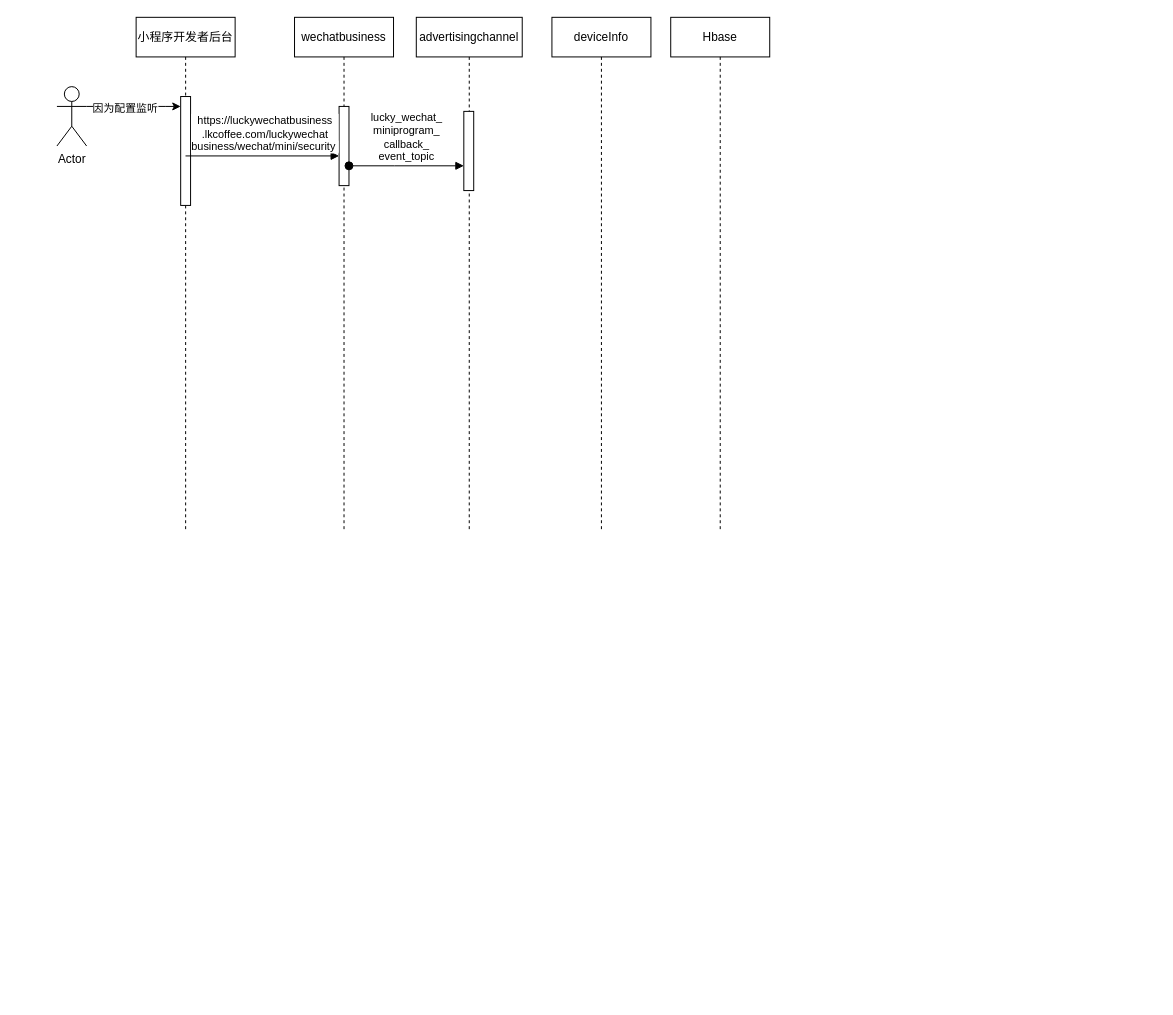
y13513867074/draw keeps this draw.io diagram as page "小红书" (2 of 2) of src/draw/广告系统.drawio. Above is the earlier version. Source tidied: cells renumbered, new cells numbered last; positions are measured from the earlier drawing's top-left corner, leaving out a move shared by most shapes. Both pictures are drawn from the tidied source at 99%, with x=0, y=0 at pixel (56, 17).
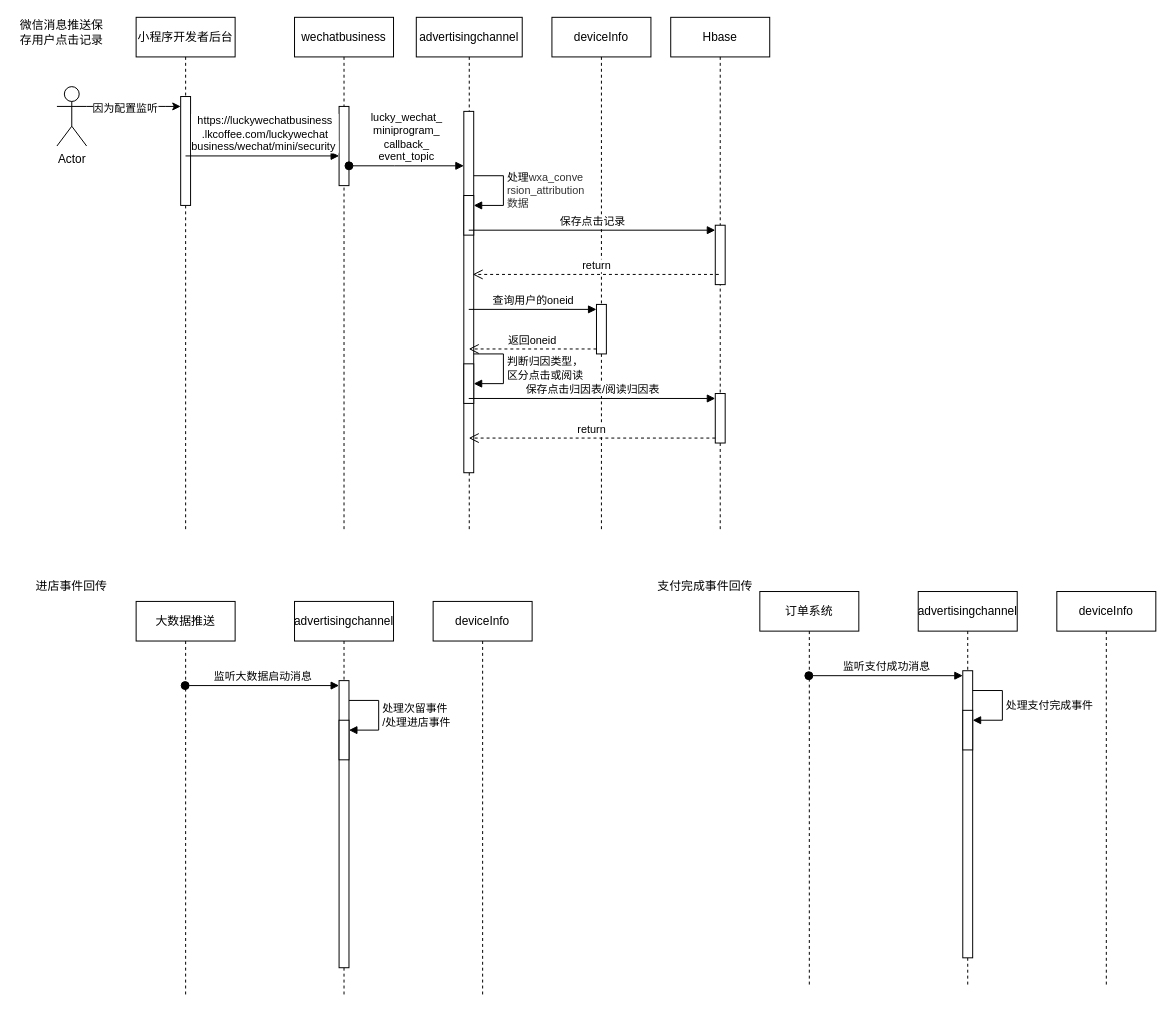
The same diagram, later.

Commit message:
更新广告系统.drawio

Unchanged cells that the change refers to:
```xml
<mxCell id="6" value="advertisingchannel" style="shape=umlLifeline;perimeter=lifelinePerimeter;whiteSpace=wrap;html=1;outlineConnect=0;portConstraint=eastwest;newEdgeStyle={&quot;curved&quot;:0,&quot;rounded&quot;:0};" parent="1" vertex="1">
  <mxGeometry x="363" width="107" height="520" as="geometry" />
</mxCell>
<mxCell id="8" value="Hbase" style="shape=umlLifeline;perimeter=lifelinePerimeter;whiteSpace=wrap;html=1;newEdgeStyle={&quot;curved&quot;:0,&quot;rounded&quot;:0};" parent="1" vertex="1">
  <mxGeometry x="620" width="100" height="520" as="geometry" />
</mxCell>
<mxCell id="9" value="deviceInfo" style="shape=umlLifeline;perimeter=lifelinePerimeter;whiteSpace=wrap;html=1;newEdgeStyle={&quot;curved&quot;:0,&quot;rounded&quot;:0};" parent="1" vertex="1">
  <mxGeometry x="500" width="100" height="520" as="geometry" />
</mxCell>
```

What changed in the source:
```diff
@@
     <mxCell id="7" style="html=1;perimeter=orthogonalPerimeter;targetShapes=umlLifeline;newEdgeStyle={&quot;curved&quot;:0,&quot;rounded&quot;:0};" parent="6" vertex="1">
-      <mxGeometry x="48" y="95" width="10" height="80" as="geometry" />
+      <mxGeometry x="48" y="95" width="10" height="365" as="geometry" />
     </mxCell>
+    <mxCell id="15" style="html=1;points=[[0,0,0,0,5],[0,1,0,0,-5],[1,0,0,0,5],[1,1,0,0,-5]];perimeter=orthogonalPerimeter;outlineConnect=0;targetShapes=umlLifeline;portConstraint=eastwest;newEdgeStyle={&quot;curved&quot;:0,&quot;rounded&quot;:0};" parent="6" vertex="1">
+      <mxGeometry x="48" y="180" width="10" height="40" as="geometry" />
+    </mxCell>
+    <mxCell id="16" value="处理&lt;span style=&quot;color: rgb(51, 51, 51); background-color: light-dark(#ffffff, var(--ge-dark-color, #121212));&quot;&gt;wxa_conve&lt;/span&gt;&lt;div&gt;&lt;span style=&quot;color: rgb(51, 51, 51); background-color: light-dark(#ffffff, var(--ge-dark-color, #121212));&quot;&gt;rsion_attribution&lt;/span&gt;&lt;/div&gt;&lt;div&gt;&lt;span style=&quot;color: rgb(51, 51, 51); background-color: light-dark(#ffffff, var(--ge-dark-color, #121212));&quot;&gt;数据&lt;/span&gt;&lt;/div&gt;" style="html=1;align=left;spacingLeft=2;endArrow=block;rounded=0;edgeStyle=orthogonalEdgeStyle;curved=0;rounded=0;" parent="6" edge="1" target="15">
+      <mxGeometry relative="1" as="geometry">
+        <mxPoint x="58" y="160" as="sourcePoint" />
+        <Array as="points">
+          <mxPoint x="88" y="190" />
+        </Array>
+      </mxGeometry>
+    </mxCell>
+    <mxCell id="17" style="html=1;points=[[0,0,0,0,5],[0,1,0,0,-5],[1,0,0,0,5],[1,1,0,0,-5]];perimeter=orthogonalPerimeter;outlineConnect=0;targetShapes=umlLifeline;portConstraint=eastwest;newEdgeStyle={&quot;curved&quot;:0,&quot;rounded&quot;:0};" parent="6" vertex="1">
+      <mxGeometry x="48" y="350" width="10" height="40" as="geometry" />
+    </mxCell>
+    <mxCell id="18" value="&lt;div&gt;判断归因类型，&lt;/div&gt;&lt;div&gt;区分点击或阅读&lt;/div&gt;" style="html=1;align=left;spacingLeft=2;endArrow=block;rounded=0;edgeStyle=orthogonalEdgeStyle;curved=0;rounded=0;" parent="6" edge="1" target="17">
+      <mxGeometry x="0.01" relative="1" as="geometry">
+        <mxPoint x="58" y="340" as="sourcePoint" />
+        <Array as="points">
+          <mxPoint x="88" y="370" />
+        </Array>
+      </mxGeometry>
+    </mxCell>
@@
+    <mxCell id="19" style="html=1;points=[[0,0,0,0,5],[0,1,0,0,-5],[1,0,0,0,5],[1,1,0,0,-5]];perimeter=orthogonalPerimeter;outlineConnect=0;targetShapes=umlLifeline;portConstraint=eastwest;newEdgeStyle={&quot;curved&quot;:0,&quot;rounded&quot;:0};" parent="8" vertex="1">
+      <mxGeometry x="45" y="210" width="10" height="60" as="geometry" />
+    </mxCell>
+    <mxCell id="20" style="html=1;points=[[0,0,0,0,5],[0,1,0,0,-5],[1,0,0,0,5],[1,1,0,0,-5]];perimeter=orthogonalPerimeter;outlineConnect=0;targetShapes=umlLifeline;portConstraint=eastwest;newEdgeStyle={&quot;curved&quot;:0,&quot;rounded&quot;:0};" parent="8" vertex="1">
+      <mxGeometry x="45" y="380" width="10" height="50" as="geometry" />
+    </mxCell>
@@
+    <mxCell id="21" style="html=1;points=[[0,0,0,0,5],[0,1,0,0,-5],[1,0,0,0,5],[1,1,0,0,-5]];perimeter=orthogonalPerimeter;outlineConnect=0;targetShapes=umlLifeline;portConstraint=eastwest;newEdgeStyle={&quot;curved&quot;:0,&quot;rounded&quot;:0};" parent="9" vertex="1">
+      <mxGeometry x="45" y="290" width="10" height="50" as="geometry" />
+    </mxCell>
@@
+    <mxCell id="22" value="&lt;span style=&quot;text-align: left;&quot;&gt;保存点击记录&lt;/span&gt;" style="html=1;verticalAlign=bottom;endArrow=block;curved=0;rounded=0;entryX=0;entryY=0;entryDx=0;entryDy=5;" parent="1" edge="1" source="6" target="19">
+      <mxGeometry relative="1" as="geometry" />
+    </mxCell>
+    <mxCell id="23" value="return" style="html=1;verticalAlign=bottom;endArrow=open;dashed=1;endSize=8;curved=0;rounded=0;exitX=0;exitY=1;exitDx=0;exitDy=-5;" parent="1" edge="1">
+      <mxGeometry relative="1" as="geometry">
+        <mxPoint x="668.6" y="259.7" as="sourcePoint" />
+        <mxPoint x="420" y="259.7" as="targetPoint" />
+      </mxGeometry>
+    </mxCell>
+    <mxCell id="24" value="返回oneid" style="html=1;verticalAlign=bottom;endArrow=open;dashed=1;endSize=8;curved=0;rounded=0;exitX=0;exitY=1;exitDx=0;exitDy=-5;" parent="1" edge="1" source="21" target="6">
+      <mxGeometry relative="1" as="geometry" />
+    </mxCell>
+    <mxCell id="25" value="查询用户的oneid" style="html=1;verticalAlign=bottom;endArrow=block;curved=0;rounded=0;entryX=0;entryY=0;entryDx=0;entryDy=5;" parent="1" edge="1" source="6" target="21">
+      <mxGeometry relative="1" as="geometry" />
+    </mxCell>
+    <mxCell id="26" value="return" style="html=1;verticalAlign=bottom;endArrow=open;dashed=1;endSize=8;curved=0;rounded=0;exitX=0;exitY=1;exitDx=0;exitDy=-5;" parent="1" edge="1" source="20" target="6">
+      <mxGeometry relative="1" as="geometry" />
+    </mxCell>
+    <mxCell id="27" value="保存点击归因表/阅读归因表" style="html=1;verticalAlign=bottom;endArrow=block;curved=0;rounded=0;entryX=0;entryY=0;entryDx=0;entryDy=5;" parent="1" edge="1" source="6" target="20">
+      <mxGeometry relative="1" as="geometry" />
+    </mxCell>
+    <mxCell id="28" value="微信消息推送保存用户点击记录" style="text;html=1;whiteSpace=wrap;strokeColor=none;fillColor=none;align=center;verticalAlign=middle;rounded=0;" parent="1" vertex="1">
+      <mxGeometry x="-40" width="90" height="30" as="geometry" />
+    </mxCell>
+    <mxCell id="29" value="大数据推送" style="shape=umlLifeline;perimeter=lifelinePerimeter;whiteSpace=wrap;html=1;outlineConnect=0;portConstraint=eastwest;newEdgeStyle={&quot;curved&quot;:0,&quot;rounded&quot;:0};" parent="1" vertex="1">
+      <mxGeometry x="80" y="590" width="100" height="400" as="geometry" />
+    </mxCell>
+    <mxCell id="30" value="advertisingchannel" style="shape=umlLifeline;perimeter=lifelinePerimeter;whiteSpace=wrap;html=1;newEdgeStyle={&quot;curved&quot;:0,&quot;rounded&quot;:0};" parent="1" vertex="1">
+      <mxGeometry x="240" y="590" width="100" height="400" as="geometry" />
+    </mxCell>
+    <mxCell id="31" style="html=1;points=[[0,0,0,0,5],[0,1,0,0,-5],[1,0,0,0,5],[1,1,0,0,-5]];perimeter=orthogonalPerimeter;outlineConnect=0;targetShapes=umlLifeline;portConstraint=eastwest;newEdgeStyle={&quot;curved&quot;:0,&quot;rounded&quot;:0};" parent="30" vertex="1">
+      <mxGeometry x="45" y="80" width="10" height="290" as="geometry" />
+    </mxCell>
+    <mxCell id="32" style="html=1;points=[[0,0,0,0,5],[0,1,0,0,-5],[1,0,0,0,5],[1,1,0,0,-5]];perimeter=orthogonalPerimeter;outlineConnect=0;targetShapes=umlLifeline;portConstraint=eastwest;newEdgeStyle={&quot;curved&quot;:0,&quot;rounded&quot;:0};" parent="30" vertex="1">
+      <mxGeometry x="45" y="120" width="10" height="40" as="geometry" />
+    </mxCell>
+    <mxCell id="33" value="处理次留事件&lt;div&gt;/处理进店事件&lt;/div&gt;" style="html=1;align=left;spacingLeft=2;endArrow=block;rounded=0;edgeStyle=orthogonalEdgeStyle;curved=0;rounded=0;" parent="30" edge="1" target="32">
+      <mxGeometry x="-0.01" relative="1" as="geometry">
+        <mxPoint x="55" y="100" as="sourcePoint" />
+        <Array as="points">
+          <mxPoint x="85" y="130" />
+        </Array>
+      </mxGeometry>
+    </mxCell>
+    <mxCell id="34" value="deviceInfo" style="shape=umlLifeline;perimeter=lifelinePerimeter;whiteSpace=wrap;html=1;newEdgeStyle={&quot;curved&quot;:0,&quot;rounded&quot;:0};" parent="1" vertex="1">
+      <mxGeometry x="380" y="590" width="100" height="400" as="geometry" />
+    </mxCell>
+    <mxCell id="35" value="监听大数据启动消息" style="html=1;verticalAlign=bottom;startArrow=oval;endArrow=block;startSize=8;curved=0;rounded=0;entryX=0;entryY=0;entryDx=0;entryDy=5;" parent="1" edge="1" source="29" target="31">
+      <mxGeometry relative="1" as="geometry" />
+    </mxCell>
+    <mxCell id="36" value="订单系统" style="shape=umlLifeline;perimeter=lifelinePerimeter;whiteSpace=wrap;html=1;outlineConnect=0;portConstraint=eastwest;newEdgeStyle={&quot;curved&quot;:0,&quot;rounded&quot;:0};" parent="1" vertex="1">
+      <mxGeometry x="710" y="580" width="100" height="400" as="geometry" />
+    </mxCell>
+    <mxCell id="37" value="advertisingchannel" style="shape=umlLifeline;perimeter=lifelinePerimeter;whiteSpace=wrap;html=1;newEdgeStyle={&quot;curved&quot;:0,&quot;rounded&quot;:0};" parent="1" vertex="1">
+      <mxGeometry x="870" y="580" width="100" height="400" as="geometry" />
+    </mxCell>
+    <mxCell id="38" style="html=1;points=[[0,0,0,0,5],[0,1,0,0,-5],[1,0,0,0,5],[1,1,0,0,-5]];perimeter=orthogonalPerimeter;outlineConnect=0;targetShapes=umlLifeline;portConstraint=eastwest;newEdgeStyle={&quot;curved&quot;:0,&quot;rounded&quot;:0};" parent="37" vertex="1">
+      <mxGeometry x="45" y="80" width="10" height="290" as="geometry" />
+    </mxCell>
+    <mxCell id="39" style="html=1;points=[[0,0,0,0,5],[0,1,0,0,-5],[1,0,0,0,5],[1,1,0,0,-5]];perimeter=orthogonalPerimeter;outlineConnect=0;targetShapes=umlLifeline;portConstraint=eastwest;newEdgeStyle={&quot;curved&quot;:0,&quot;rounded&quot;:0};" parent="37" vertex="1">
+      <mxGeometry x="45" y="120" width="10" height="40" as="geometry" />
+    </mxCell>
+    <mxCell id="40" value="处理支付完成事件" style="html=1;align=left;spacingLeft=2;endArrow=block;rounded=0;edgeStyle=orthogonalEdgeStyle;curved=0;rounded=0;" parent="37" edge="1" target="39">
+      <mxGeometry relative="1" as="geometry">
+        <mxPoint x="55" y="100" as="sourcePoint" />
+        <Array as="points">
+          <mxPoint x="85" y="130" />
+        </Array>
+      </mxGeometry>
+    </mxCell>
+    <mxCell id="41" value="deviceInfo" style="shape=umlLifeline;perimeter=lifelinePerimeter;whiteSpace=wrap;html=1;newEdgeStyle={&quot;curved&quot;:0,&quot;rounded&quot;:0};" parent="1" vertex="1">
+      <mxGeometry x="1010" y="580" width="100" height="400" as="geometry" />
+    </mxCell>
+    <mxCell id="42" value="监听支付成功消息" style="html=1;verticalAlign=bottom;startArrow=oval;endArrow=block;startSize=8;curved=0;rounded=0;entryX=0;entryY=0;entryDx=0;entryDy=5;" parent="1" edge="1" source="36" target="38">
+      <mxGeometry relative="1" as="geometry" />
+    </mxCell>
+    <mxCell id="43" value="进店事件回传" style="text;html=1;whiteSpace=wrap;strokeColor=none;fillColor=none;align=center;verticalAlign=middle;rounded=0;" parent="1" vertex="1">
+      <mxGeometry x="-30" y="560" width="90" height="30" as="geometry" />
+    </mxCell>
+    <mxCell id="44" value="支付完成事件回传" style="text;html=1;whiteSpace=wrap;strokeColor=none;fillColor=none;align=center;verticalAlign=middle;rounded=0;" parent="1" vertex="1">
+      <mxGeometry x="590" y="560" width="130" height="30" as="geometry" />
+    </mxCell>
```
